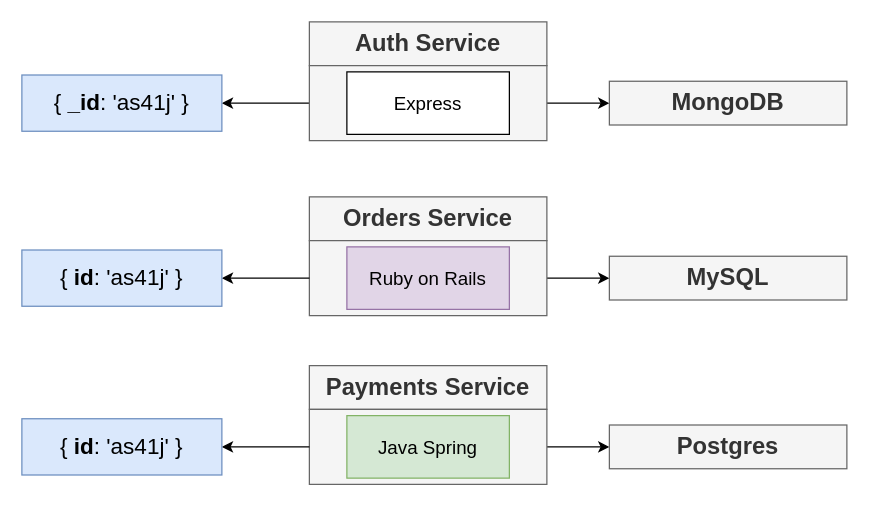
Above: page "09 - dbs" (9 of 11) of diagrams/05/06.drawio in HappySuzuki/microservices-cast (draw.io), before the change. Source tidied: cells renumbered, new cells numbered last; positions are measured from the earlier drawing's top-left corner, leaving out a move shared by most shapes. Both pictures are drawn from the tidied source at 125%, with x=0, y=0 at pixel (21, 21).
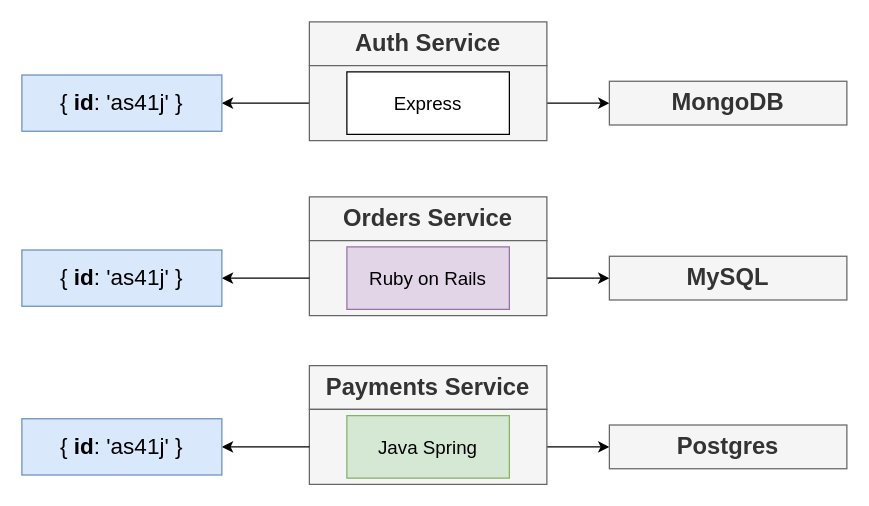
After the change.

Diff of the diagram source:
```diff
@@
-    <mxCell id="18" value="{ &lt;b&gt;_id&lt;/b&gt;: 'as41j' }" style="rounded=0;whiteSpace=wrap;html=1;fontSize=18;fillColor=#dae8fc;strokeColor=#6c8ebf;" parent="1" vertex="1">
+    <mxCell id="18" value="{ &lt;b&gt;id&lt;/b&gt;: 'as41j' }" style="rounded=0;whiteSpace=wrap;html=1;fontSize=18;fillColor=#dae8fc;strokeColor=#6c8ebf;" parent="1" vertex="1">
       <mxGeometry y="42.5" width="160" height="45" as="geometry" />
     </mxCell>
```
